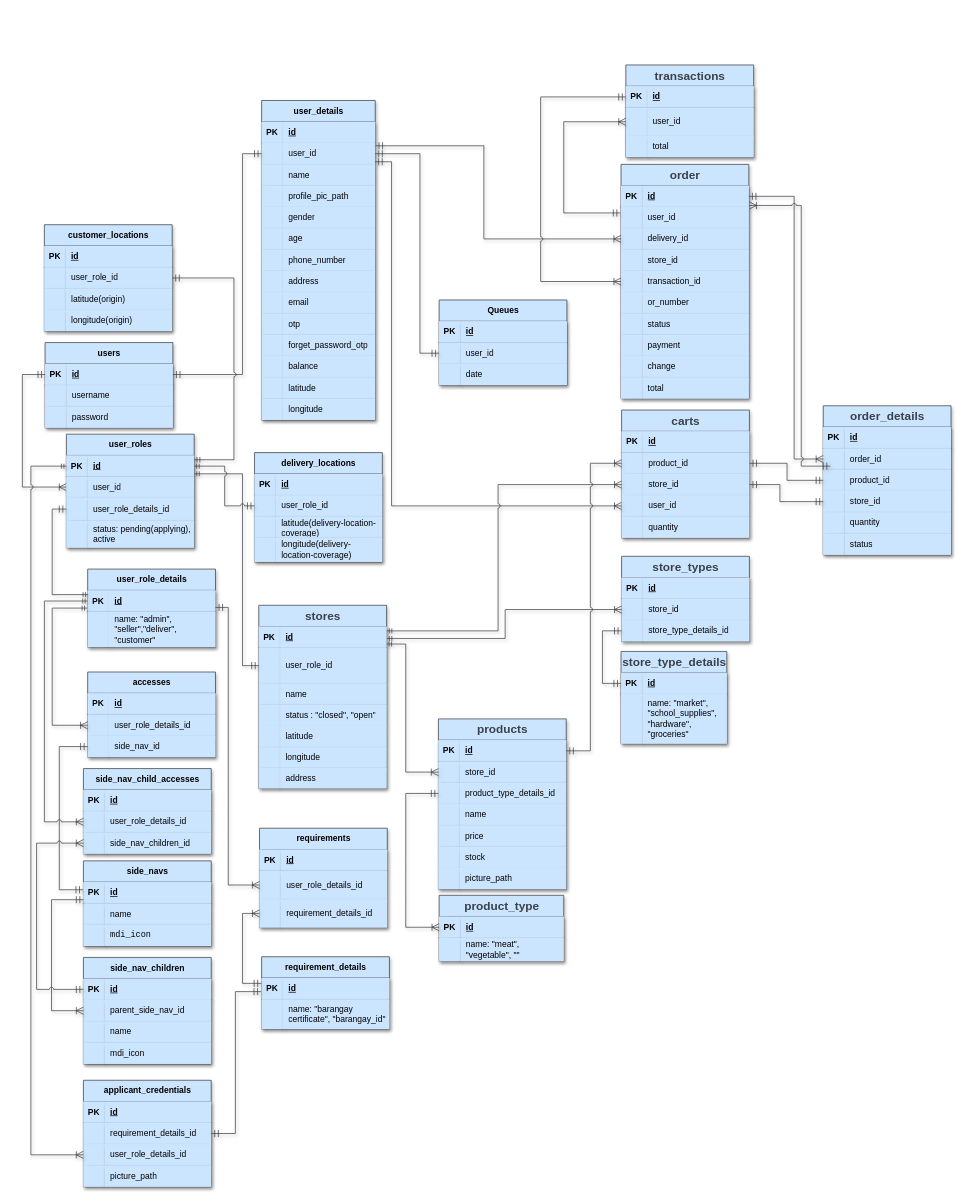
Earlier version of the draw.io diagram documentation/e-palengke-erd.drawio (DanerisMendoza/e-palengke-back). Source tidied: cells renumbered, new cells numbered last; positions are measured from the earlier drawing's top-left corner, leaving out a move shared by most shapes. Both pictures are drawn from the tidied source at 71%, with x=0, y=0 at pixel (22, 65).
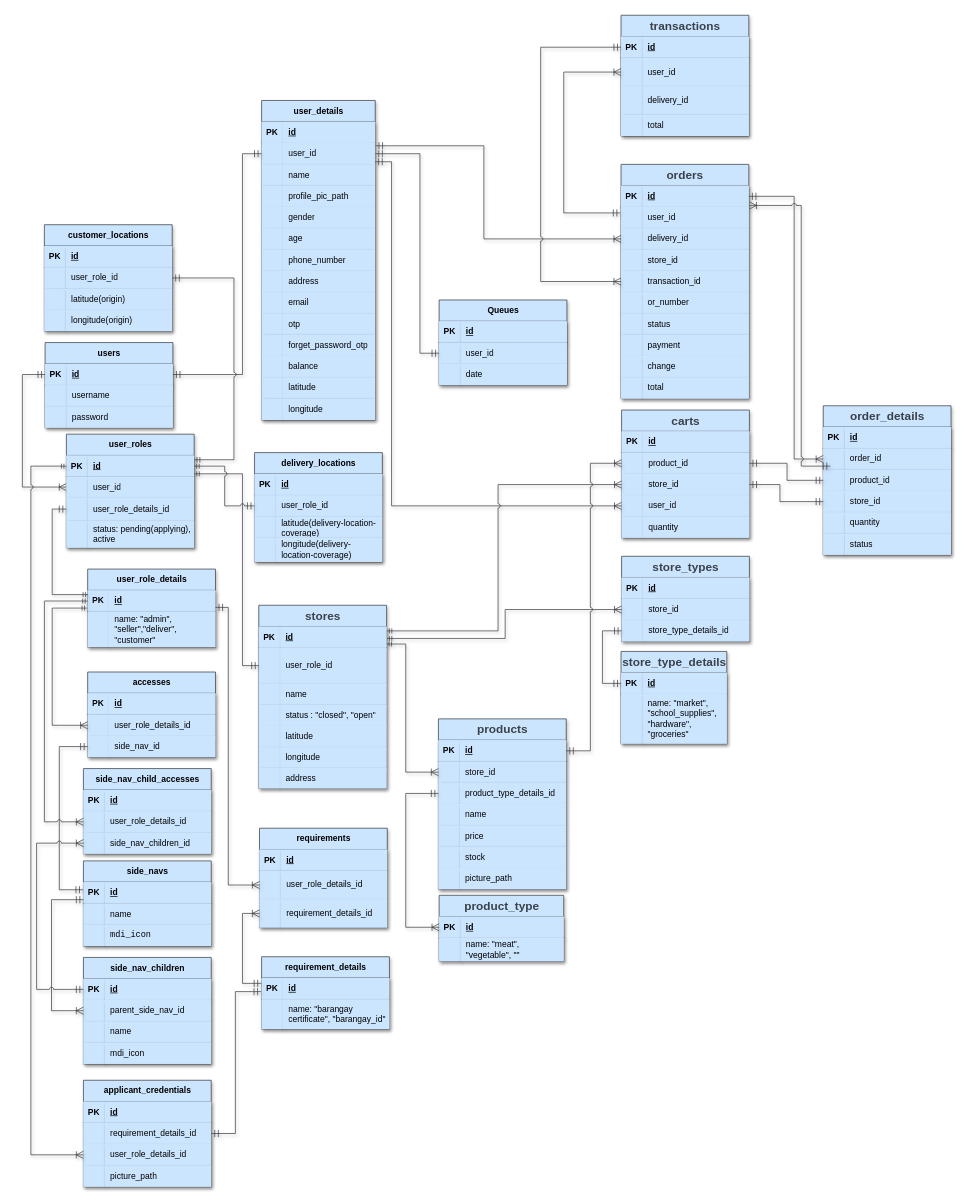
The same diagram, later.

Commit message (it also covers changes not shown here):
FIND_ORDER_WITHIN_RADIUS

Diff of the diagram source:
```diff
@@
-    <mxCell id="259" value="&lt;font color=&quot;#3a414a&quot;&gt;&lt;span style=&quot;font-size: 16.6667px;&quot;&gt;order&lt;/span&gt;&lt;/font&gt;" style="shape=table;startSize=30;childLayout=tableLayout;rowLines=0;fontStyle=1;align=center;html=1;shadow=1;fillColor=#cce5ff;strokeColor=#36393d;" parent="1" vertex="1">
+    <mxCell id="259" value="&lt;font color=&quot;#3a414a&quot;&gt;&lt;span style=&quot;font-size: 16.6667px;&quot;&gt;orders&lt;/span&gt;&lt;/font&gt;" style="shape=table;startSize=30;childLayout=tableLayout;rowLines=0;fontStyle=1;align=center;html=1;shadow=1;fillColor=#cce5ff;strokeColor=#36393d;" parent="1" vertex="1">
       <mxGeometry x="843.2" y="140" width="180" height="330" as="geometry" />
     </mxCell>
@@
     <mxCell id="345" value="&lt;font color=&quot;#3a414a&quot;&gt;&lt;span style=&quot;font-size: 16.6667px;&quot;&gt;transactions&lt;/span&gt;&lt;/font&gt;" style="shape=table;startSize=30;childLayout=tableLayout;rowLines=0;fontStyle=1;align=center;html=1;shadow=1;fillColor=#cce5ff;strokeColor=#36393d;" parent="1" vertex="1">
-      <mxGeometry x="850" width="180" height="130" as="geometry" />
+      <mxGeometry x="843.2" y="-70" width="180" height="170" as="geometry" />
     </mxCell>
@@
+    <mxCell id="358" style="shape=tableRow;horizontal=0;startSize=0;swimlaneHead=0;swimlaneBody=0;fillColor=#cce5ff;top=0;left=0;right=0;bottom=0;shadow=1;strokeColor=#36393d;" parent="345" vertex="1">
+      <mxGeometry y="100" width="180" height="40" as="geometry" />
+    </mxCell>
+    <mxCell id="359" style="shape=partialRectangle;fillColor=#cce5ff;top=0;left=0;bottom=0;right=0;overflow=hidden;whiteSpace=wrap;html=1;shadow=1;strokeColor=#36393d;" parent="358" vertex="1">
+      <mxGeometry width="30" height="40" as="geometry" />
+    </mxCell>
+    <mxCell id="360" value="delivery_id&amp;nbsp;" style="shape=partialRectangle;fillColor=#cce5ff;top=0;left=0;bottom=0;right=0;align=left;spacingLeft=6;overflow=hidden;whiteSpace=wrap;html=1;shadow=1;strokeColor=#36393d;" parent="358" vertex="1">
+      <mxGeometry x="30" width="150" height="40" as="geometry" />
+    </mxCell>
     <mxCell id="352" style="shape=tableRow;horizontal=0;startSize=0;swimlaneHead=0;swimlaneBody=0;fillColor=#cce5ff;top=0;left=0;right=0;bottom=0;shadow=1;strokeColor=#36393d;" parent="345" vertex="1">
-      <mxGeometry y="100" width="180" height="30" as="geometry" />
+      <mxGeometry y="140" width="180" height="30" as="geometry" />
     </mxCell>
```
